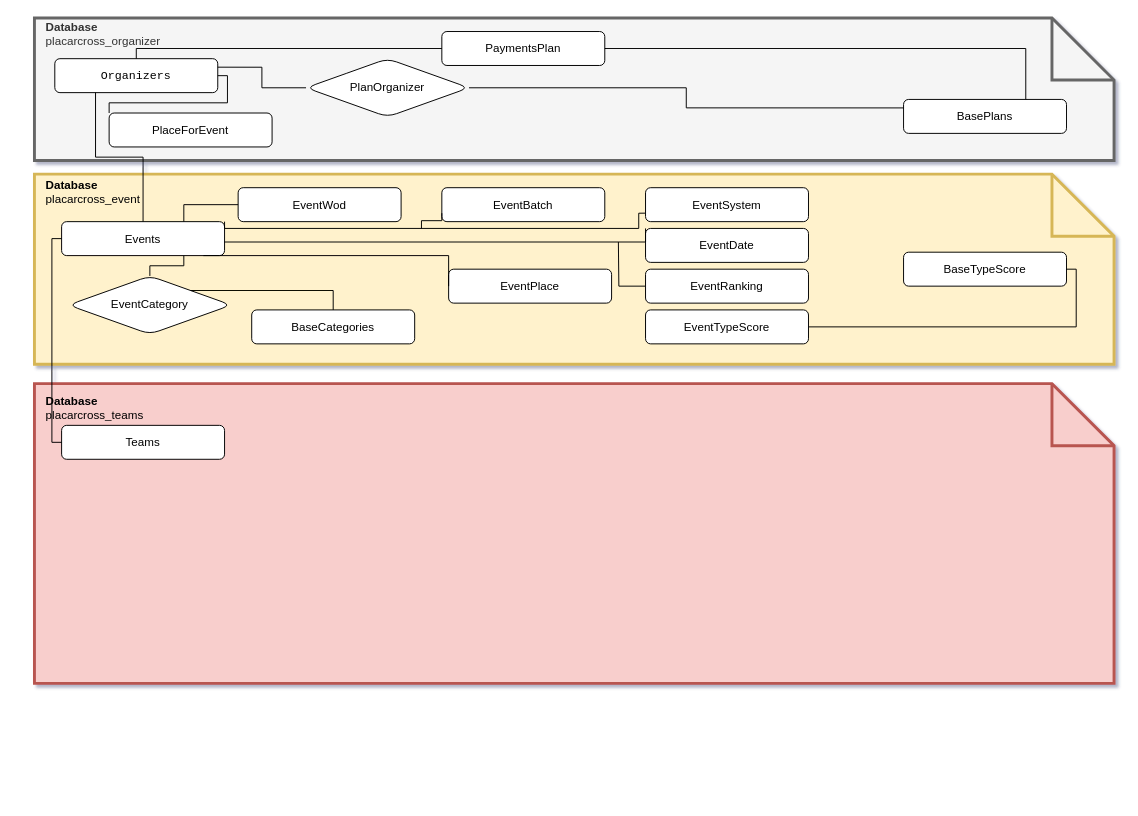
This is relacionamento.drawio from sandromaia87/crossfit, a draw.io file, before an edit. Source tidied: cells renumbered, new cells numbered last; positions are measured from the earlier drawing's top-left corner, leaving out a move shared by most shapes. Both pictures are drawn from the tidied source at 97%, with x=0, y=0 at pixel (34, 17).
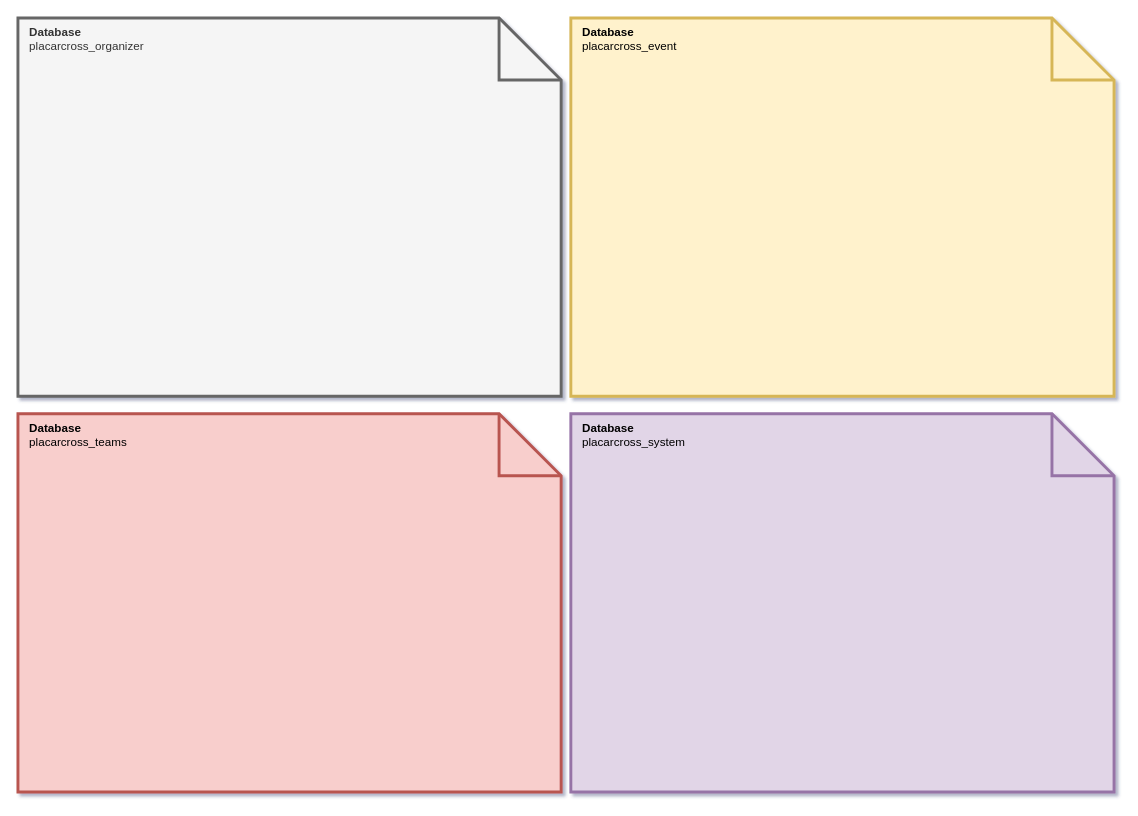
After the change.

Change to the diagram source:
```diff
@@
-    <mxCell id="2" value="&lt;div&gt;&amp;nbsp;&amp;nbsp; &lt;b&gt;Database&lt;/b&gt;&lt;br&gt;&lt;/div&gt;&lt;div&gt;&amp;nbsp;&amp;nbsp; placarcross_event&lt;br&gt;&lt;/div&gt;&lt;div&gt;&lt;br&gt;&lt;/div&gt;&lt;div&gt;&lt;br&gt;&lt;/div&gt;&lt;div&gt;&lt;br&gt;&lt;/div&gt;&lt;div&gt;&lt;br&gt;&lt;/div&gt;&lt;div&gt;&lt;br&gt;&lt;/div&gt;&lt;div&gt;&lt;br&gt;&lt;/div&gt;&lt;div&gt;&lt;br&gt;&lt;/div&gt;&lt;div&gt;&lt;br&gt;&lt;/div&gt;&lt;div&gt;&lt;br&gt;&lt;/div&gt;&lt;div&gt;&lt;br&gt;&lt;/div&gt;&lt;div&gt;&lt;br&gt;&lt;/div&gt;" style="shape=note;size=64;whiteSpace=wrap;html=1;align=left;fillColor=#fff2cc;strokeColor=#d6b656;strokeWidth=3;" parent="1" vertex="1">
-      <mxGeometry y="161" width="1113" height="196" as="geometry" />
+    <mxCell id="2" value="&lt;div&gt;&amp;nbsp;&amp;nbsp; &lt;b&gt;Database&lt;/b&gt;&lt;br&gt;&lt;/div&gt;&lt;div&gt;&amp;nbsp;&amp;nbsp; placarcross_event&lt;br&gt;&lt;/div&gt;&lt;div&gt;&lt;br&gt;&lt;/div&gt;&lt;div&gt;&lt;br&gt;&lt;/div&gt;&lt;div&gt;&lt;br&gt;&lt;/div&gt;&lt;div&gt;&lt;br&gt;&lt;/div&gt;&lt;div&gt;&lt;br&gt;&lt;/div&gt;&lt;div&gt;&lt;br&gt;&lt;/div&gt;&lt;div&gt;&lt;br&gt;&lt;/div&gt;&lt;div&gt;&lt;br&gt;&lt;/div&gt;&lt;div&gt;&lt;br&gt;&lt;/div&gt;&lt;div&gt;&lt;br&gt;&lt;/div&gt;&lt;div&gt;&lt;br&gt;&lt;/div&gt;&lt;div&gt;&lt;br&gt;&lt;/div&gt;&lt;div&gt;&lt;br&gt;&lt;/div&gt;&lt;div&gt;&lt;br&gt;&lt;/div&gt;&lt;div&gt;&lt;br&gt;&lt;/div&gt;&lt;div&gt;&lt;br&gt;&lt;/div&gt;&lt;div&gt;&lt;br&gt;&lt;/div&gt;&lt;div&gt;&lt;br&gt;&lt;/div&gt;&lt;div&gt;&lt;br&gt;&lt;/div&gt;&lt;div&gt;&lt;br&gt;&lt;/div&gt;&lt;div&gt;&lt;br&gt;&lt;/div&gt;&lt;div&gt;&lt;br&gt;&lt;/div&gt;&lt;div&gt;&lt;br&gt;&lt;/div&gt;&lt;div&gt;&lt;br&gt;&lt;/div&gt;" style="shape=note;size=64;whiteSpace=wrap;html=1;align=left;fillColor=#fff2cc;strokeColor=#d6b656;strokeWidth=3;" parent="1" vertex="1">
+      <mxGeometry x="553" width="560" height="390" as="geometry" />
     </mxCell>
-    <mxCell id="3" value="&lt;div&gt;&amp;nbsp;&amp;nbsp; &lt;b&gt;Database&lt;/b&gt; &lt;br&gt;&lt;/div&gt;&lt;div&gt;&amp;nbsp;&amp;nbsp; placarcross_organizer&lt;br&gt;&lt;/div&gt;&lt;div&gt;&lt;br&gt;&lt;/div&gt;&lt;div&gt;&lt;br&gt;&lt;/div&gt;&lt;div&gt;&lt;br&gt;&lt;/div&gt;&lt;div&gt;&lt;br&gt;&lt;/div&gt;&lt;div&gt;&lt;br&gt;&lt;/div&gt;&lt;div&gt;&lt;br&gt;&lt;/div&gt;&lt;div&gt;&lt;br&gt;&lt;/div&gt;&lt;div&gt;&lt;br&gt;&lt;/div&gt;" style="shape=note;size=64;whiteSpace=wrap;html=1;align=left;fillColor=#f5f5f5;fontColor=#333333;strokeColor=#666666;gradientColor=none;strokeWidth=3;" parent="1" vertex="1">
-      <mxGeometry width="1113" height="147" as="geometry" />
+    <mxCell id="3" value="&lt;div&gt;&amp;nbsp;&amp;nbsp; &lt;b&gt;Database&lt;/b&gt; &lt;br&gt;&lt;/div&gt;&lt;div&gt;&amp;nbsp;&amp;nbsp; placarcross_organizer&lt;br&gt;&lt;/div&gt;&lt;div&gt;&lt;br&gt;&lt;/div&gt;&lt;div&gt;&lt;br&gt;&lt;/div&gt;&lt;div&gt;&lt;br&gt;&lt;/div&gt;&lt;div&gt;&lt;br&gt;&lt;/div&gt;&lt;div&gt;&lt;br&gt;&lt;/div&gt;&lt;div&gt;&lt;br&gt;&lt;/div&gt;&lt;div&gt;&lt;br&gt;&lt;/div&gt;&lt;div&gt;&lt;br&gt;&lt;/div&gt;&lt;div&gt;&lt;br&gt;&lt;/div&gt;&lt;div&gt;&lt;br&gt;&lt;/div&gt;&lt;div&gt;&lt;br&gt;&lt;/div&gt;&lt;div&gt;&lt;br&gt;&lt;/div&gt;&lt;div&gt;&lt;br&gt;&lt;/div&gt;&lt;div&gt;&lt;br&gt;&lt;/div&gt;&lt;div&gt;&lt;br&gt;&lt;/div&gt;&lt;div&gt;&lt;br&gt;&lt;/div&gt;&lt;div&gt;&lt;br&gt;&lt;/div&gt;&lt;div&gt;&lt;br&gt;&lt;/div&gt;&lt;div&gt;&lt;br&gt;&lt;/div&gt;&lt;div&gt;&lt;br&gt;&lt;/div&gt;&lt;div&gt;&lt;br&gt;&lt;/div&gt;&lt;div&gt;&lt;br&gt;&lt;/div&gt;&lt;div&gt;&lt;br&gt;&lt;/div&gt;&lt;div&gt;&lt;br&gt;&lt;/div&gt;" style="shape=note;size=64;whiteSpace=wrap;html=1;align=left;fillColor=#f5f5f5;fontColor=#333333;strokeColor=#666666;gradientColor=none;strokeWidth=3;" parent="1" vertex="1">
+      <mxGeometry x="-17" width="560" height="390" as="geometry" />
     </mxCell>
-    <mxCell id="4" value="&lt;pre dir=&quot;ltr&quot; style=&quot;text-align:left&quot; id=&quot;tw-target-text&quot; class=&quot;tw-data-text tw-text-large tw-ta&quot;&gt;Organizers&lt;/pre&gt;" style="whiteSpace=wrap;html=1;align=center;rounded=1;" parent="1" vertex="1">
-      <mxGeometry x="21" y="42" width="168" height="35" as="geometry" />
-    </mxCell>
-    <mxCell id="5" value="Events" style="whiteSpace=wrap;html=1;align=center;rounded=1;" parent="1" vertex="1">
-      <mxGeometry x="28" y="210" width="168" height="35" as="geometry" />
-    </mxCell>
-    <mxCell id="6" style="endArrow=none;html=1;rounded=0;exitX=0.5;exitY=0;exitDx=0;exitDy=0;entryX=0.25;entryY=1;entryDx=0;entryDy=0;edgeStyle=orthogonalEdgeStyle;" parent="1" edge="1" source="5" target="4">
-      <mxGeometry relative="1" as="geometry" />
-    </mxCell>
-    <mxCell id="7" value="&lt;div&gt;BasePlans&lt;/div&gt;" style="whiteSpace=wrap;html=1;align=center;rounded=1;" parent="1" vertex="1">
-      <mxGeometry x="896" y="84" width="168" height="35" as="geometry" />
-    </mxCell>
-    <mxCell id="8" value="&lt;div&gt;PlaceForEvent&lt;/div&gt;" style="whiteSpace=wrap;html=1;align=center;rounded=1;" parent="1" vertex="1">
-      <mxGeometry x="77" y="98" width="168" height="35" as="geometry" />
-    </mxCell>
-    <mxCell id="9" style="endArrow=none;html=1;rounded=0;entryX=0;entryY=0.5;entryDx=0;entryDy=0;exitX=1;exitY=0.25;exitDx=0;exitDy=0;edgeStyle=orthogonalEdgeStyle;" parent="1" edge="1" source="4" target="10">
-      <mxGeometry relative="1" as="geometry" />
-    </mxCell>
-    <mxCell id="10" value="PlanOrganizer" style="shape=rhombus;perimeter=rhombusPerimeter;whiteSpace=wrap;html=1;align=center;rounded=1;" parent="1" vertex="1">
-      <mxGeometry x="280" y="42" width="168" height="60" as="geometry" />
-    </mxCell>
-    <mxCell id="11" style="endArrow=none;html=1;rounded=0;entryX=0;entryY=0.25;entryDx=0;entryDy=0;exitX=1;exitY=0.5;exitDx=0;exitDy=0;edgeStyle=orthogonalEdgeStyle;" parent="1" edge="1" source="10" target="7">
-      <mxGeometry relative="1" as="geometry" />
-    </mxCell>
-    <mxCell id="12" value="&lt;div&gt;PaymentsPlan&lt;/div&gt;" style="whiteSpace=wrap;html=1;align=center;rounded=1;" parent="1" vertex="1">
-      <mxGeometry x="420" y="14" width="168" height="35" as="geometry" />
-    </mxCell>
-    <mxCell id="13" style="endArrow=none;html=1;rounded=0;exitX=0.75;exitY=0;exitDx=0;exitDy=0;edgeStyle=orthogonalEdgeStyle;entryX=1;entryY=0.5;entryDx=0;entryDy=0;" parent="1" edge="1" source="7" target="12">
-      <mxGeometry relative="1" as="geometry" />
-    </mxCell>
-    <mxCell id="14" style="endArrow=none;html=1;rounded=0;entryX=0;entryY=0.5;entryDx=0;entryDy=0;exitX=0.5;exitY=0;exitDx=0;exitDy=0;edgeStyle=orthogonalEdgeStyle;" parent="1" edge="1" source="4" target="12">
-      <mxGeometry relative="1" as="geometry" />
-    </mxCell>
-    <mxCell id="15" style="endArrow=none;html=1;rounded=0;entryX=1;entryY=0.5;entryDx=0;entryDy=0;edgeStyle=orthogonalEdgeStyle;exitX=0;exitY=0;exitDx=0;exitDy=0;" parent="1" edge="1" source="8" target="4">
-      <mxGeometry relative="1" as="geometry" />
-    </mxCell>
-    <mxCell id="16" value="BaseCategories" style="whiteSpace=wrap;html=1;align=center;rounded=1;" parent="1" vertex="1">
-      <mxGeometry x="224" y="301" width="168" height="35" as="geometry" />
-    </mxCell>
-    <mxCell id="17" style="endArrow=none;html=1;rounded=0;entryX=0.5;entryY=0;entryDx=0;entryDy=0;exitX=0.75;exitY=1;exitDx=0;exitDy=0;edgeStyle=orthogonalEdgeStyle;" parent="1" edge="1" source="5" target="18">
-      <mxGeometry relative="1" as="geometry" />
-    </mxCell>
-    <mxCell id="18" value="EventCategory" style="shape=rhombus;perimeter=rhombusPerimeter;whiteSpace=wrap;html=1;align=center;rounded=1;" parent="1" vertex="1">
-      <mxGeometry x="35" y="266" width="168" height="60" as="geometry" />
-    </mxCell>
-    <mxCell id="19" style="endArrow=none;html=1;rounded=0;entryX=0.5;entryY=0;entryDx=0;entryDy=0;exitX=1;exitY=0;exitDx=0;exitDy=0;edgeStyle=orthogonalEdgeStyle;" parent="1" edge="1" source="18" target="16">
-      <mxGeometry relative="1" as="geometry" />
-    </mxCell>
-    <mxCell id="20" value="EventWod" style="whiteSpace=wrap;html=1;align=center;rounded=1;" parent="1" vertex="1">
-      <mxGeometry x="210" y="175" width="168" height="35" as="geometry" />
-    </mxCell>
-    <mxCell id="21" style="endArrow=none;html=1;rounded=0;entryX=0.75;entryY=0;entryDx=0;entryDy=0;exitX=0;exitY=0.5;exitDx=0;exitDy=0;edgeStyle=orthogonalEdgeStyle;" parent="1" edge="1" source="20" target="5">
-      <mxGeometry relative="1" as="geometry" />
-    </mxCell>
-    <mxCell id="22" value="EventBatch" style="whiteSpace=wrap;html=1;align=center;rounded=1;" parent="1" vertex="1">
-      <mxGeometry x="420" y="175" width="168" height="35" as="geometry" />
-    </mxCell>
-    <mxCell id="23" style="endArrow=none;html=1;rounded=0;exitX=0;exitY=0.75;exitDx=0;exitDy=0;edgeStyle=orthogonalEdgeStyle;" parent="1" edge="1" source="22">
-      <mxGeometry relative="1" as="geometry">
-        <mxPoint x="399" y="217" as="targetPoint" />
-        <Array as="points">
-          <mxPoint x="420" y="209" />
-        </Array>
-      </mxGeometry>
-    </mxCell>
-    <mxCell id="24" value="EventSystem" style="whiteSpace=wrap;html=1;align=center;rounded=1;" parent="1" vertex="1">
-      <mxGeometry x="630" y="175" width="168" height="35" as="geometry" />
-    </mxCell>
-    <mxCell id="25" style="endArrow=none;html=1;rounded=0;entryX=1;entryY=0;entryDx=0;entryDy=0;exitX=0;exitY=0.75;exitDx=0;exitDy=0;edgeStyle=orthogonalEdgeStyle;" parent="1" edge="1" source="24" target="5">
-      <mxGeometry relative="1" as="geometry">
-        <Array as="points">
-          <mxPoint x="623" y="217" />
-          <mxPoint x="196" y="217" />
-        </Array>
-      </mxGeometry>
-    </mxCell>
-    <mxCell id="26" value="EventDate" style="whiteSpace=wrap;html=1;align=center;rounded=1;" parent="1" vertex="1">
-      <mxGeometry x="630" y="217" width="168" height="35" as="geometry" />
-    </mxCell>
-    <mxCell id="27" style="endArrow=none;html=1;rounded=0;exitX=0;exitY=0;exitDx=0;exitDy=0;edgeStyle=orthogonalEdgeStyle;" parent="1" edge="1" source="26">
-      <mxGeometry relative="1" as="geometry">
-        <mxPoint x="196" y="231" as="targetPoint" />
-        <Array as="points">
-          <mxPoint x="630" y="231" />
-        </Array>
-      </mxGeometry>
-    </mxCell>
-    <mxCell id="28" value="EventRanking" style="whiteSpace=wrap;html=1;align=center;rounded=1;" parent="1" vertex="1">
-      <mxGeometry x="630" y="259" width="168" height="35" as="geometry" />
-    </mxCell>
-    <mxCell id="29" value="BaseTypeScore" style="whiteSpace=wrap;html=1;align=center;rounded=1;" parent="1" vertex="1">
-      <mxGeometry x="896" y="241.5" width="168" height="35" as="geometry" />
-    </mxCell>
-    <mxCell id="30" value="EventTypeScore" style="whiteSpace=wrap;html=1;align=center;rounded=1;" parent="1" vertex="1">
-      <mxGeometry x="630" y="301" width="168" height="35" as="geometry" />
-    </mxCell>
-    <mxCell id="31" style="endArrow=none;html=1;rounded=0;entryX=1;entryY=0.5;entryDx=0;entryDy=0;edgeStyle=orthogonalEdgeStyle;exitX=1;exitY=0.5;exitDx=0;exitDy=0;" parent="1" edge="1" source="30" target="29">
-      <mxGeometry relative="1" as="geometry" />
-    </mxCell>
-    <mxCell id="32" value="&lt;div&gt;EventPlace&lt;/div&gt;" style="whiteSpace=wrap;html=1;align=center;rounded=1;" parent="1" vertex="1">
-      <mxGeometry x="427" y="259" width="168" height="35" as="geometry" />
-    </mxCell>
-    <mxCell id="33" style="endArrow=none;html=1;rounded=0;entryX=0;entryY=0.5;entryDx=0;entryDy=0;edgeStyle=orthogonalEdgeStyle;exitX=0.869;exitY=1;exitDx=0;exitDy=0;exitPerimeter=0;" parent="1" edge="1" source="5" target="32">
-      <mxGeometry relative="1" as="geometry">
-        <Array as="points">
-          <mxPoint x="427" y="245" />
-        </Array>
-      </mxGeometry>
-    </mxCell>
-    <mxCell id="34" style="edgeStyle=orthogonalEdgeStyle;rounded=0;orthogonalLoop=1;jettySize=auto;html=1;exitX=0.5;exitY=1;exitDx=0;exitDy=0;" parent="1" edge="1" source="8" target="8">
-      <mxGeometry relative="1" as="geometry" />
-    </mxCell>
-    <mxCell id="35" style="endArrow=none;html=1;rounded=0;edgeStyle=orthogonalEdgeStyle;exitX=0;exitY=0.5;exitDx=0;exitDy=0;" parent="1" edge="1" source="28">
-      <mxGeometry relative="1" as="geometry">
-        <mxPoint x="602" y="231" as="targetPoint" />
-      </mxGeometry>
-    </mxCell>
-    <mxCell id="36" value="&lt;div&gt;&amp;nbsp;&amp;nbsp; &lt;b&gt;Database&lt;/b&gt;&lt;br&gt;&lt;/div&gt;&lt;div&gt;&amp;nbsp;&amp;nbsp; placarcross_teams&lt;br&gt;&lt;/div&gt;&lt;div&gt;&lt;br&gt;&lt;/div&gt;&lt;div&gt;&lt;br&gt;&lt;/div&gt;&lt;div&gt;&lt;br&gt;&lt;/div&gt;&lt;div&gt;&lt;br&gt;&lt;/div&gt;&lt;div&gt;&lt;br&gt;&lt;/div&gt;&lt;div&gt;&lt;br&gt;&lt;/div&gt;&lt;div&gt;&lt;br&gt;&lt;/div&gt;&lt;div&gt;&lt;br&gt;&lt;/div&gt;&lt;div&gt;&lt;br&gt;&lt;/div&gt;&lt;div&gt;&lt;br&gt;&lt;/div&gt;&lt;div&gt;&lt;br&gt;&lt;/div&gt;&lt;div&gt;&lt;br&gt;&lt;/div&gt;&lt;div&gt;&lt;br&gt;&lt;/div&gt;&lt;div&gt;&lt;br&gt;&lt;/div&gt;&lt;div&gt;&lt;br&gt;&lt;/div&gt;&lt;div&gt;&lt;br&gt;&lt;/div&gt;&lt;div&gt;&lt;br&gt;&lt;/div&gt;&lt;div&gt;&lt;br&gt;&lt;/div&gt;" style="shape=note;size=64;whiteSpace=wrap;html=1;align=left;fillColor=#f8cecc;strokeColor=#b85450;strokeWidth=3;" parent="1" vertex="1">
-      <mxGeometry y="377" width="1113" height="309" as="geometry" />
+    <mxCell id="36" value="&lt;div&gt;&amp;nbsp;&amp;nbsp; &lt;b&gt;Database&lt;/b&gt;&lt;br&gt;&lt;/div&gt;&lt;div&gt;&amp;nbsp;&amp;nbsp; placarcross_teams&lt;br&gt;&lt;/div&gt;&lt;div&gt;&lt;br&gt;&lt;/div&gt;&lt;div&gt;&lt;br&gt;&lt;/div&gt;&lt;div&gt;&lt;br&gt;&lt;/div&gt;&lt;div&gt;&lt;br&gt;&lt;/div&gt;&lt;div&gt;&lt;br&gt;&lt;/div&gt;&lt;div&gt;&lt;br&gt;&lt;/div&gt;&lt;div&gt;&lt;br&gt;&lt;/div&gt;&lt;div&gt;&lt;br&gt;&lt;/div&gt;&lt;div&gt;&lt;br&gt;&lt;/div&gt;&lt;div&gt;&lt;br&gt;&lt;/div&gt;&lt;div&gt;&lt;br&gt;&lt;/div&gt;&lt;div&gt;&lt;br&gt;&lt;/div&gt;&lt;div&gt;&lt;br&gt;&lt;/div&gt;&lt;div&gt;&lt;br&gt;&lt;/div&gt;&lt;div&gt;&lt;br&gt;&lt;/div&gt;&lt;div&gt;&lt;br&gt;&lt;/div&gt;&lt;div&gt;&lt;br&gt;&lt;/div&gt;&lt;div&gt;&lt;br&gt;&lt;/div&gt;&lt;div&gt;&lt;br&gt;&lt;/div&gt;&lt;div&gt;&lt;br&gt;&lt;/div&gt;&lt;div&gt;&lt;br&gt;&lt;/div&gt;&lt;div&gt;&lt;br&gt;&lt;/div&gt;&lt;div&gt;&lt;br&gt;&lt;/div&gt;&lt;div&gt;&lt;br&gt;&lt;/div&gt;" style="shape=note;size=64;whiteSpace=wrap;html=1;align=left;fillColor=#f8cecc;strokeColor=#b85450;strokeWidth=3;" parent="1" vertex="1">
+      <mxGeometry x="-17" y="408" width="560" height="390" as="geometry" />
     </mxCell>
-    <mxCell id="37" value="Teams" style="whiteSpace=wrap;html=1;align=center;rounded=1;" parent="1" vertex="1">
-      <mxGeometry x="28" y="420" width="168" height="35" as="geometry" />
-    </mxCell>
-    <mxCell id="38" style="endArrow=none;html=1;rounded=0;entryX=0;entryY=0.5;entryDx=0;entryDy=0;exitX=0;exitY=0.5;exitDx=0;exitDy=0;edgeStyle=orthogonalEdgeStyle;" parent="1" edge="1" source="37" target="5">
-      <mxGeometry relative="1" as="geometry" />
-    </mxCell>
+    <mxCell id="39" value="&lt;div&gt;&amp;nbsp;&amp;nbsp; &lt;b&gt;Database&lt;/b&gt;&lt;br&gt;&lt;/div&gt;&lt;div&gt;&amp;nbsp;&amp;nbsp; placarcross_system&lt;br&gt;&lt;/div&gt;&lt;div&gt;&lt;br&gt;&lt;/div&gt;&lt;div&gt;&lt;br&gt;&lt;/div&gt;&lt;div&gt;&lt;br&gt;&lt;/div&gt;&lt;div&gt;&lt;br&gt;&lt;/div&gt;&lt;div&gt;&lt;br&gt;&lt;/div&gt;&lt;div&gt;&lt;br&gt;&lt;/div&gt;&lt;div&gt;&lt;br&gt;&lt;/div&gt;&lt;div&gt;&lt;br&gt;&lt;/div&gt;&lt;div&gt;&lt;br&gt;&lt;/div&gt;&lt;div&gt;&lt;br&gt;&lt;/div&gt;&lt;div&gt;&lt;br&gt;&lt;/div&gt;&lt;div&gt;&lt;br&gt;&lt;/div&gt;&lt;div&gt;&lt;br&gt;&lt;/div&gt;&lt;div&gt;&lt;br&gt;&lt;/div&gt;&lt;div&gt;&lt;br&gt;&lt;/div&gt;&lt;div&gt;&lt;br&gt;&lt;/div&gt;&lt;div&gt;&lt;br&gt;&lt;/div&gt;&lt;div&gt;&lt;br&gt;&lt;/div&gt;&lt;div&gt;&lt;br&gt;&lt;/div&gt;&lt;div&gt;&lt;br&gt;&lt;/div&gt;&lt;div&gt;&lt;br&gt;&lt;/div&gt;&lt;div&gt;&lt;br&gt;&lt;/div&gt;&lt;div&gt;&lt;br&gt;&lt;/div&gt;&lt;div&gt;&lt;br&gt;&lt;/div&gt;" style="shape=note;size=64;whiteSpace=wrap;html=1;align=left;fillColor=#e1d5e7;strokeColor=#9673a6;strokeWidth=3;" parent="1" vertex="1">
+      <mxGeometry x="553" y="408" width="560" height="390" as="geometry" />
+    </mxCell>
```
